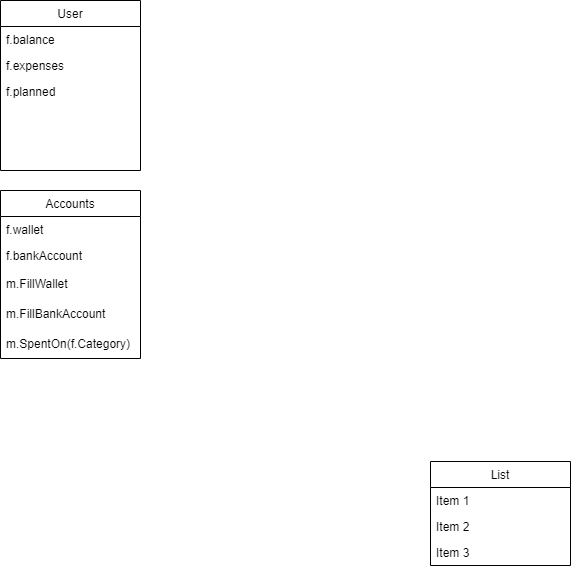
This is Savings App.png from D-O-A/ITSTEP-Projects, a draw.io export, as it was before one commit. Source tidied: cells renumbered, new cells last; positions are measured from the earlier drawing's top-left corner, leaving out a move shared by most shapes.
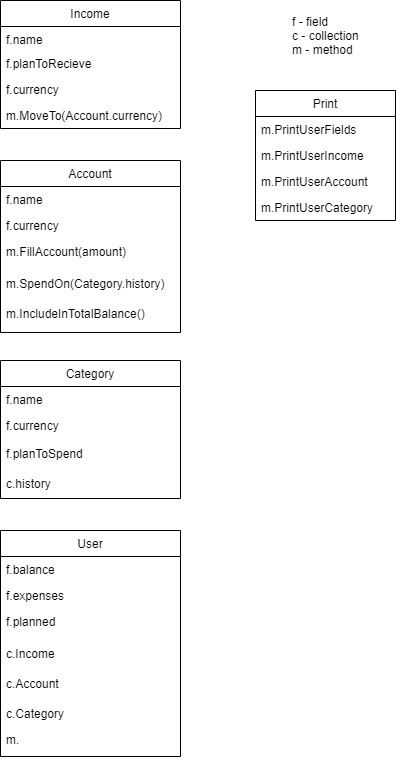
The same file after the commit.

Diff of the diagram source:
```diff
@@ -2,47 +2,95 @@
   <root>
     <mxCell id="0" />
     <mxCell id="1" parent="0" />
-    <mxCell id="2" value="Accounts" style="swimlane;fontStyle=0;horizontal=1;startSize=26;" parent="1" vertex="1">
-      <mxGeometry y="190" width="140" height="168" as="geometry" />
-    </mxCell>
-    <mxCell id="3" value="f.wallet" style="text;strokeColor=none;fillColor=none;align=left;verticalAlign=top;spacingLeft=4;spacingRight=4;overflow=hidden;rounded=0;" parent="2" vertex="1">
-      <mxGeometry y="26" width="140" height="26" as="geometry" />
-    </mxCell>
-    <mxCell id="4" value="f.bankAccount" style="text;strokeColor=none;fillColor=none;align=left;verticalAlign=top;spacingLeft=4;spacingRight=4;overflow=hidden;" parent="2" vertex="1">
-      <mxGeometry y="52" width="140" height="28" as="geometry" />
-    </mxCell>
-    <mxCell id="5" value="m.FillWallet" style="text;strokeColor=none;fillColor=none;align=left;verticalAlign=top;spacingLeft=4;spacingRight=4;overflow=hidden;rounded=0;" parent="2" vertex="1">
-      <mxGeometry y="80" width="140" height="30" as="geometry" />
-    </mxCell>
-    <mxCell id="6" value="m.FillBankAccount&#10;" style="text;strokeColor=none;fillColor=none;align=left;verticalAlign=top;spacingLeft=4;spacingRight=4;overflow=hidden;" parent="2" vertex="1">
-      <mxGeometry y="110" width="140" height="30" as="geometry" />
-    </mxCell>
-    <mxCell id="7" value="m.SpentOn(f.Category)" style="text;strokeColor=none;fillColor=none;align=left;verticalAlign=top;spacingLeft=4;spacingRight=4;overflow=hidden;" parent="2" vertex="1">
-      <mxGeometry y="140" width="140" height="28" as="geometry" />
-    </mxCell>
     <mxCell id="8" value="User" style="swimlane;fontStyle=0;horizontal=1;startSize=26;" parent="1" vertex="1">
-      <mxGeometry width="140" height="170" as="geometry" />
+      <mxGeometry x="-10" y="550" width="180" height="226" as="geometry" />
     </mxCell>
     <mxCell id="9" value="f.balance" style="text;strokeColor=none;fillColor=none;align=left;verticalAlign=top;spacingLeft=4;spacingRight=4;overflow=hidden;" parent="8" vertex="1">
-      <mxGeometry y="26" width="140" height="26" as="geometry" />
+      <mxGeometry y="26" width="180" height="26" as="geometry" />
     </mxCell>
     <mxCell id="10" value="f.expenses&#10;" style="text;strokeColor=none;fillColor=none;align=left;verticalAlign=top;spacingLeft=4;spacingRight=4;overflow=hidden;" parent="8" vertex="1">
-      <mxGeometry y="52" width="140" height="26" as="geometry" />
+      <mxGeometry y="52" width="180" height="26" as="geometry" />
     </mxCell>
     <mxCell id="11" value="f.planned" style="text;strokeColor=none;fillColor=none;align=left;verticalAlign=top;spacingLeft=4;spacingRight=4;overflow=hidden;" parent="8" vertex="1">
-      <mxGeometry y="78" width="140" height="92" as="geometry" />
+      <mxGeometry y="78" width="180" height="32" as="geometry" />
     </mxCell>
+    <mxCell id="16" value="c.Income" style="text;strokeColor=none;fillColor=none;align=left;verticalAlign=top;spacingLeft=4;spacingRight=4;overflow=hidden;" parent="8" vertex="1">
+      <mxGeometry y="110" width="180" height="30" as="geometry" />
+    </mxCell>
+    <mxCell id="17" value="c.Account" style="text;strokeColor=none;fillColor=none;align=left;verticalAlign=top;spacingLeft=4;spacingRight=4;overflow=hidden;" parent="8" vertex="1">
+      <mxGeometry y="140" width="180" height="30" as="geometry" />
+    </mxCell>
+    <mxCell id="18" value="c.Category" style="text;strokeColor=none;fillColor=none;align=left;verticalAlign=top;spacingLeft=4;spacingRight=4;overflow=hidden;" parent="8" vertex="1">
+      <mxGeometry y="170" width="180" height="26" as="geometry" />
+    </mxCell>
+    <mxCell id="19" value="m." style="text;strokeColor=none;fillColor=none;align=left;verticalAlign=top;spacingLeft=4;spacingRight=4;overflow=hidden;" parent="8" vertex="1">
+      <mxGeometry y="196" width="180" height="30" as="geometry" />
+    </mxCell>
-    <mxCell id="12" value="List" style="swimlane;fontStyle=0;horizontal=1;startSize=26;" parent="1" vertex="1">
-      <mxGeometry x="430" y="461" width="140" height="104" as="geometry" />
+    <mxCell id="12" value="Account" style="swimlane;fontStyle=0;horizontal=1;startSize=26;" parent="1" vertex="1">
+      <mxGeometry x="-10" y="180" width="180" height="172" as="geometry" />
     </mxCell>
+    <mxCell id="14" value="f.name" style="text;strokeColor=none;fillColor=none;align=left;verticalAlign=top;spacingLeft=4;spacingRight=4;overflow=hidden;" parent="12" vertex="1">
+      <mxGeometry y="26" width="180" height="26" as="geometry" />
+    </mxCell>
-    <mxCell id="13" value="Item 1" style="text;strokeColor=none;fillColor=none;align=left;verticalAlign=top;spacingLeft=4;spacingRight=4;overflow=hidden;" parent="12" vertex="1">
-      <mxGeometry y="26" width="140" height="26" as="geometry" />
+    <mxCell id="13" value="f.currency" style="text;strokeColor=none;fillColor=none;align=left;verticalAlign=top;spacingLeft=4;spacingRight=4;overflow=hidden;" parent="12" vertex="1">
+      <mxGeometry y="52" width="180" height="26" as="geometry" />
     </mxCell>
-    <mxCell id="14" value="Item 2" style="text;strokeColor=none;fillColor=none;align=left;verticalAlign=top;spacingLeft=4;spacingRight=4;overflow=hidden;" parent="12" vertex="1">
-      <mxGeometry y="52" width="140" height="26" as="geometry" />
-    </mxCell>
-    <mxCell id="15" value="Item 3" style="text;strokeColor=none;fillColor=none;align=left;verticalAlign=top;spacingLeft=4;spacingRight=4;overflow=hidden;" parent="12" vertex="1">
-      <mxGeometry y="78" width="140" height="26" as="geometry" />
+    <mxCell id="15" value="m.FillAccount(amount)" style="text;strokeColor=none;fillColor=none;align=left;verticalAlign=top;spacingLeft=4;spacingRight=4;overflow=hidden;" parent="12" vertex="1">
+      <mxGeometry y="78" width="180" height="32" as="geometry" />
     </mxCell>
+    <mxCell id="20" value="m.SpendOn(Category.history)" style="text;strokeColor=none;fillColor=none;align=left;verticalAlign=top;spacingLeft=4;spacingRight=4;overflow=hidden;" parent="12" vertex="1">
+      <mxGeometry y="110" width="180" height="30" as="geometry" />
+    </mxCell>
+    <mxCell id="21" value="m.IncludeInTotalBalance()" style="text;strokeColor=none;fillColor=none;align=left;verticalAlign=top;spacingLeft=4;spacingRight=4;overflow=hidden;" parent="12" vertex="1">
+      <mxGeometry y="140" width="180" height="32" as="geometry" />
+    </mxCell>
+    <mxCell id="22" value="Category" style="swimlane;fontStyle=0;horizontal=1;startSize=26;rounded=0;" parent="1" vertex="1">
+      <mxGeometry x="-10" y="380" width="180" height="138" as="geometry" />
+    </mxCell>
+    <mxCell id="23" value="f.name" style="text;strokeColor=none;fillColor=none;align=left;verticalAlign=top;spacingLeft=4;spacingRight=4;overflow=hidden;" parent="22" vertex="1">
+      <mxGeometry y="26" width="180" height="26" as="geometry" />
+    </mxCell>
+    <mxCell id="24" value="f.currency" style="text;strokeColor=none;fillColor=none;align=left;verticalAlign=top;spacingLeft=4;spacingRight=4;overflow=hidden;" parent="22" vertex="1">
+      <mxGeometry y="52" width="180" height="28" as="geometry" />
+    </mxCell>
+    <mxCell id="25" value="f.planToSpend" style="text;strokeColor=none;fillColor=none;align=left;verticalAlign=top;spacingLeft=4;spacingRight=4;overflow=hidden;" parent="22" vertex="1">
+      <mxGeometry y="80" width="180" height="30" as="geometry" />
+    </mxCell>
+    <mxCell id="26" value="c.history" style="text;strokeColor=none;fillColor=none;align=left;verticalAlign=top;spacingLeft=4;spacingRight=4;overflow=hidden;" parent="22" vertex="1">
+      <mxGeometry y="110" width="180" height="28" as="geometry" />
+    </mxCell>
+    <mxCell id="27" value="Income" style="swimlane;fontStyle=0;horizontal=1;startSize=26;rounded=0;" parent="1" vertex="1">
+      <mxGeometry x="-10" y="20" width="180" height="128" as="geometry" />
+    </mxCell>
+    <mxCell id="28" value="f.name" style="text;strokeColor=none;fillColor=none;align=left;verticalAlign=top;spacingLeft=4;spacingRight=4;overflow=hidden;" parent="27" vertex="1">
+      <mxGeometry y="26" width="180" height="24" as="geometry" />
+    </mxCell>
+    <mxCell id="29" value="f.planToRecieve" style="text;strokeColor=none;fillColor=none;align=left;verticalAlign=top;spacingLeft=4;spacingRight=4;overflow=hidden;" parent="27" vertex="1">
+      <mxGeometry y="50" width="180" height="26" as="geometry" />
+    </mxCell>
+    <mxCell id="30" value="f.currency" style="text;strokeColor=none;fillColor=none;align=left;verticalAlign=top;spacingLeft=4;spacingRight=4;overflow=hidden;" parent="27" vertex="1">
+      <mxGeometry y="76" width="180" height="26" as="geometry" />
+    </mxCell>
+    <mxCell id="31" value="m.MoveTo(Account.currency)" style="text;strokeColor=none;fillColor=none;align=left;verticalAlign=top;spacingLeft=4;spacingRight=4;overflow=hidden;" parent="27" vertex="1">
+      <mxGeometry y="102" width="180" height="26" as="geometry" />
+    </mxCell>
+    <mxCell id="32" value="f - field&lt;br&gt;c - collection&lt;br&gt;m - method" style="text;html=1;strokeColor=none;fillColor=none;align=left;verticalAlign=middle;whiteSpace=wrap;rounded=0;" parent="1" vertex="1">
+      <mxGeometry x="280" y="20" width="70" height="70" as="geometry" />
+    </mxCell>
+    <mxCell id="33" value="Print" style="swimlane;fontStyle=0;horizontal=1;startSize=26;rounded=0;" parent="1" vertex="1">
+      <mxGeometry x="245" y="110" width="140" height="130" as="geometry" />
+    </mxCell>
+    <mxCell id="34" value="m.PrintUserFields" style="text;strokeColor=none;fillColor=none;align=left;verticalAlign=top;spacingLeft=4;spacingRight=4;overflow=hidden;" parent="33" vertex="1">
+      <mxGeometry y="26" width="140" height="26" as="geometry" />
+    </mxCell>
+    <mxCell id="35" value="m.PrintUserIncome" style="text;strokeColor=none;fillColor=none;align=left;verticalAlign=top;spacingLeft=4;spacingRight=4;overflow=hidden;" parent="33" vertex="1">
+      <mxGeometry y="52" width="140" height="26" as="geometry" />
+    </mxCell>
+    <mxCell id="36" value="m.PrintUserAccount" style="text;strokeColor=none;fillColor=none;align=left;verticalAlign=top;spacingLeft=4;spacingRight=4;overflow=hidden;" parent="33" vertex="1">
+      <mxGeometry y="78" width="140" height="26" as="geometry" />
+    </mxCell>
+    <mxCell id="37" value="m.PrintUserCategory" style="text;strokeColor=none;fillColor=none;align=left;verticalAlign=top;spacingLeft=4;spacingRight=4;overflow=hidden;" parent="33" vertex="1">
+      <mxGeometry y="104" width="140" height="26" as="geometry" />
+    </mxCell>
   </root>
 </mxGraphModel>
```
